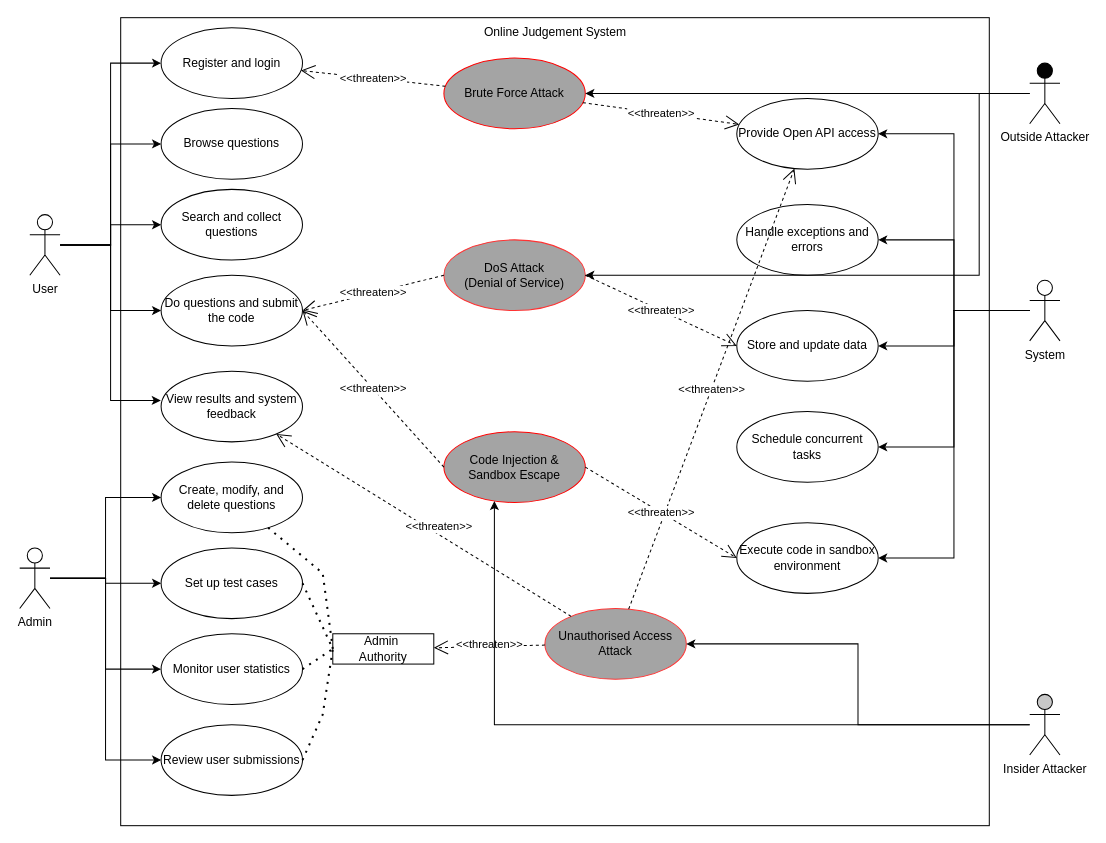
The draw.io diagram 未命名绘图.drawio in paasche0906/draw.io, before the edit. Source tidied: cells renumbered, new cells numbered last; positions are measured from the earlier drawing's top-left corner, leaving out a move shared by most shapes. Both pictures are drawn from the tidied source at 101%, with x=0, y=0 at pixel (19, 17).
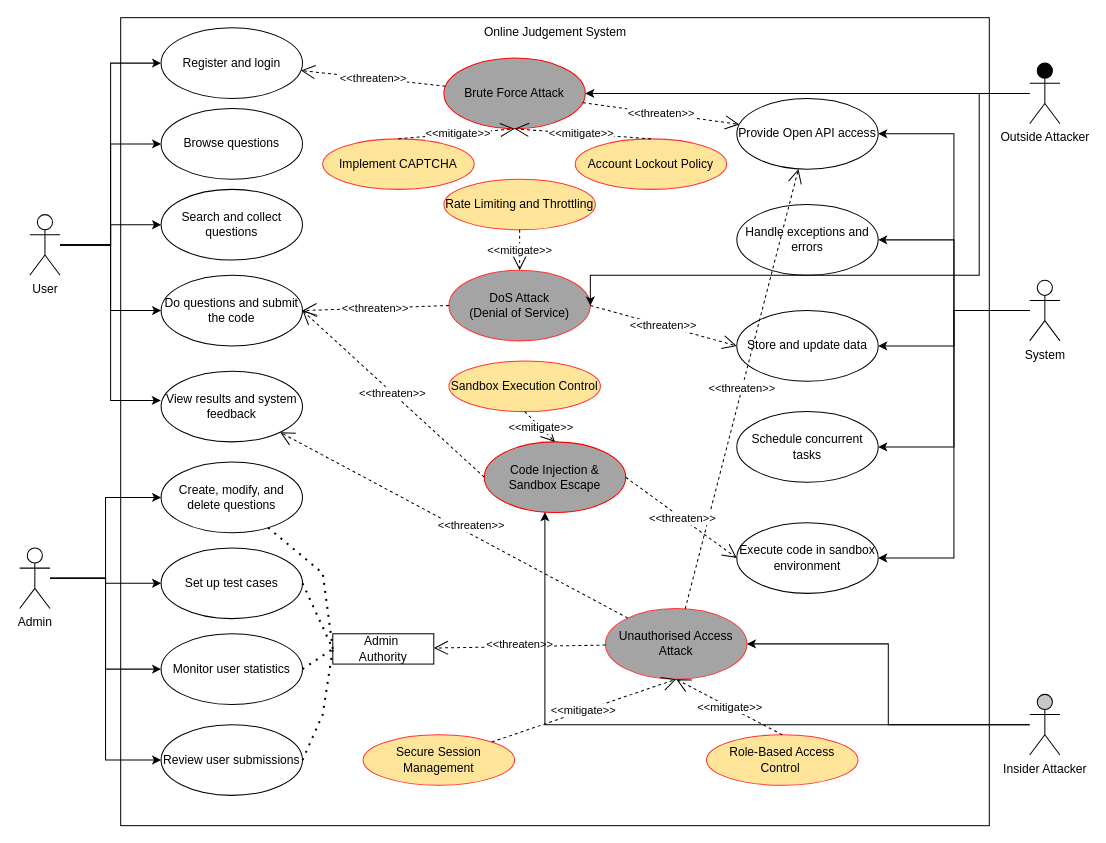
After the change.

Commit message:
更新未命名绘图.drawio

The change refers to these unchanged cells:
```xml
<mxCell id="37" value="Brute Force Attack" style="ellipse;whiteSpace=wrap;html=1;fillColor=#A4A4A4;strokeColor=#FF0000;" parent="1" vertex="1">
  <mxGeometry x="420" y="40" width="140" height="70" as="geometry" />
</mxCell>
<mxCell id="55" value="Insider Attacker" style="shape=umlActor;verticalLabelPosition=bottom;verticalAlign=top;html=1;fillColor=#C8C8C8;" parent="1" vertex="1">
  <mxGeometry x="1000" y="670" width="30" height="60" as="geometry" />
</mxCell>
```

What changed in the source:
```diff
@@
     <mxCell id="35" value="Unauthorised Access Attack" style="ellipse;whiteSpace=wrap;html=1;fillColor=#A4A4A4;strokeColor=#FF3333;" parent="1" vertex="1">
-      <mxGeometry x="520" y="585" width="140" height="70" as="geometry" />
+      <mxGeometry x="580" y="585" width="140" height="70" as="geometry" />
     </mxCell>
@@
     <mxCell id="47" value="Code Injection &amp;amp;&lt;div&gt;Sandbox Escape&lt;/div&gt;" style="ellipse;whiteSpace=wrap;html=1;fillColor=#A4A4A4;strokeColor=#FF0000;" parent="1" vertex="1">
-      <mxGeometry x="420" y="410" width="140" height="70" as="geometry" />
+      <mxGeometry x="460" y="420" width="140" height="70" as="geometry" />
     </mxCell>
@@
     <mxCell id="50" value="DoS Attack&lt;div&gt;(Denial of Service)&lt;/div&gt;" style="ellipse;whiteSpace=wrap;html=1;fillColor=#A4A4A4;strokeColor=#FF3333;" parent="1" vertex="1">
-      <mxGeometry x="420" y="220" width="140" height="70" as="geometry" />
+      <mxGeometry x="425" y="250" width="140" height="70" as="geometry" />
     </mxCell>
@@
     <mxCell id="53" style="edgeStyle=orthogonalEdgeStyle;rounded=0;jettySize=auto;html=1;" parent="1" edge="1" source="55" target="47">
       <mxGeometry relative="1" as="geometry">
         <Array as="points">
-          <mxPoint x="470" y="700" />
+          <mxPoint x="520" y="700" />
         </Array>
       </mxGeometry>
     </mxCell>
@@
+    <mxCell id="59" value="Implement CAPTCHA" style="ellipse;whiteSpace=wrap;html=1;strokeColor=#FF3333;fillColor=#FFE599;" parent="1" vertex="1">
+      <mxGeometry x="300" y="120" width="150" height="50" as="geometry" />
+    </mxCell>
+    <mxCell id="60" value="&amp;lt;&amp;lt;mitigate&amp;gt;&amp;gt;" style="endArrow=open;endSize=12;dashed=1;html=1;rounded=0;exitX=0.5;exitY=0;exitDx=0;exitDy=0;entryX=0.5;entryY=1;entryDx=0;entryDy=0;" parent="1" edge="1" source="59" target="37">
+      <mxGeometry x="0.02" relative="1" as="geometry" />
+    </mxCell>
+    <mxCell id="61" value="Account Lockout Policy" style="ellipse;whiteSpace=wrap;html=1;strokeColor=#FF3333;fillColor=#FFE599;" parent="1" vertex="1">
+      <mxGeometry x="550" y="120" width="150" height="50" as="geometry" />
+    </mxCell>
+    <mxCell id="62" value="&amp;lt;&amp;lt;mitigate&amp;gt;&amp;gt;" style="endArrow=open;endSize=12;dashed=1;html=1;rounded=0;exitX=0.5;exitY=0;exitDx=0;exitDy=0;entryX=0.5;entryY=1;entryDx=0;entryDy=0;" parent="1" edge="1" source="61" target="37">
+      <mxGeometry x="0.02" relative="1" as="geometry" />
+    </mxCell>
+    <mxCell id="63" value="Rate Limiting and Throttling" style="ellipse;whiteSpace=wrap;html=1;strokeColor=#FF3333;fillColor=#FFE599;" parent="1" vertex="1">
+      <mxGeometry x="420" y="160" width="150" height="50" as="geometry" />
+    </mxCell>
+    <mxCell id="64" value="&amp;lt;&amp;lt;mitigate&amp;gt;&amp;gt;" style="endArrow=open;endSize=12;dashed=1;html=1;rounded=0;exitX=0.5;exitY=1;exitDx=0;exitDy=0;entryX=0.5;entryY=0;entryDx=0;entryDy=0;" parent="1" edge="1" source="63" target="50">
+      <mxGeometry relative="1" as="geometry" />
+    </mxCell>
+    <mxCell id="65" value="Sandbox Execution Control" style="ellipse;whiteSpace=wrap;html=1;strokeColor=#FF3333;fillColor=#FFE599;" parent="1" vertex="1">
+      <mxGeometry x="425" y="340" width="150" height="50" as="geometry" />
+    </mxCell>
+    <mxCell id="66" value="&amp;lt;&amp;lt;mitigate&amp;gt;&amp;gt;" style="endArrow=open;endSize=12;dashed=1;html=1;rounded=0;exitX=0.5;exitY=1;exitDx=0;exitDy=0;entryX=0.5;entryY=0;entryDx=0;entryDy=0;" parent="1" edge="1" source="65" target="47">
+      <mxGeometry x="0.02" relative="1" as="geometry" />
+    </mxCell>
+    <mxCell id="67" value="Secure Session Management" style="ellipse;whiteSpace=wrap;html=1;strokeColor=#FF3333;fillColor=#FFE599;" parent="1" vertex="1">
+      <mxGeometry x="340" y="710" width="150" height="50" as="geometry" />
+    </mxCell>
+    <mxCell id="68" value="Role-Based Access Control&amp;nbsp;" style="ellipse;whiteSpace=wrap;html=1;strokeColor=#FF3333;fillColor=#FFE599;" parent="1" vertex="1">
+      <mxGeometry x="680" y="710" width="150" height="50" as="geometry" />
+    </mxCell>
+    <mxCell id="69" value="&amp;lt;&amp;lt;mitigate&amp;gt;&amp;gt;" style="endArrow=open;endSize=12;dashed=1;html=1;rounded=0;entryX=0.5;entryY=1;entryDx=0;entryDy=0;" parent="1" edge="1" source="67" target="35">
+      <mxGeometry relative="1" as="geometry" />
+    </mxCell>
+    <mxCell id="70" value="&amp;lt;&amp;lt;mitigate&amp;gt;&amp;gt;" style="endArrow=open;endSize=12;dashed=1;html=1;rounded=0;entryX=0.5;entryY=1;entryDx=0;entryDy=0;exitX=0.5;exitY=0;exitDx=0;exitDy=0;" parent="1" edge="1" source="68" target="35">
+      <mxGeometry relative="1" as="geometry" />
+    </mxCell>
```
